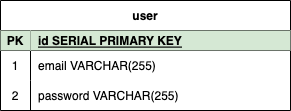
zbrose/side-side keeps this draw.io diagram as Untitled Diagram.drawio.png. Above is the earlier version. Source tidied: cells renumbered, new cells last; positions are measured from the earlier drawing's top-left corner, leaving out a move shared by most shapes. The source it was exported from:
```xml
<mxGraphModel>
  <root>
    <mxCell id="0" />
    <mxCell id="1" parent="0" />
    <mxCell id="2" value="user" style="shape=table;startSize=30;rowLines=0;fontStyle=1;align=center;" parent="1" vertex="1">
      <mxGeometry width="290" height="110" as="geometry" />
    </mxCell>
    <mxCell id="3" style="shape=tableRow;horizontal=0;startSize=0;swimlaneHead=0;swimlaneBody=0;fillColor=none;points=[[0,0.5],[1,0.5]];portConstraint=eastwest;top=0;left=0;right=0;bottom=1;" parent="2" vertex="1">
      <mxGeometry y="30" width="290" height="20" as="geometry" />
    </mxCell>
    <mxCell id="4" value="PK" style="shape=partialRectangle;fillColor=#d5e8d4;top=0;left=0;bottom=0;right=0;fontStyle=1;overflow=hidden;strokeColor=#82b366;" parent="3" vertex="1">
      <mxGeometry width="30" height="20" as="geometry" />
    </mxCell>
    <mxCell id="5" value="id SERIAL PRIMARY KEY" style="shape=partialRectangle;fillColor=#d5e8d4;top=0;left=0;bottom=0;right=0;align=left;spacingLeft=6;fontStyle=5;overflow=hidden;strokeColor=#82b366;" parent="3" vertex="1">
      <mxGeometry x="30" width="260" height="20" as="geometry" />
    </mxCell>
    <mxCell id="6" style="shape=tableRow;horizontal=0;startSize=0;swimlaneHead=0;swimlaneBody=0;fillColor=none;top=0;left=0;right=0;bottom=0;" parent="2" vertex="1">
      <mxGeometry y="50" width="290" height="30" as="geometry" />
    </mxCell>
    <mxCell id="7" value="1" style="shape=partialRectangle;fillColor=none;top=0;left=0;bottom=0;right=0;overflow=hidden;" parent="6" vertex="1">
      <mxGeometry width="30" height="30" as="geometry" />
    </mxCell>
    <mxCell id="8" value="email VARCHAR(255)" style="shape=partialRectangle;fillColor=none;top=0;left=0;bottom=0;right=0;align=left;spacingLeft=6;overflow=hidden;" parent="6" vertex="1">
      <mxGeometry x="30" width="260" height="30" as="geometry" />
    </mxCell>
    <mxCell id="9" style="shape=tableRow;horizontal=0;startSize=0;swimlaneHead=0;swimlaneBody=0;fillColor=none;top=0;left=0;right=0;bottom=0;" parent="2" vertex="1">
      <mxGeometry y="80" width="290" height="30" as="geometry" />
    </mxCell>
    <mxCell id="10" value="2" style="shape=partialRectangle;fillColor=none;top=0;left=0;bottom=0;right=0;overflow=hidden;" parent="9" vertex="1">
      <mxGeometry width="30" height="30" as="geometry" />
    </mxCell>
    <mxCell id="11" value="password VARCHAR(255)" style="shape=partialRectangle;fillColor=none;top=0;left=0;bottom=0;right=0;align=left;spacingLeft=6;overflow=hidden;" parent="9" vertex="1">
      <mxGeometry x="30" width="260" height="30" as="geometry" />
    </mxCell>
  </root>
</mxGraphModel>
```
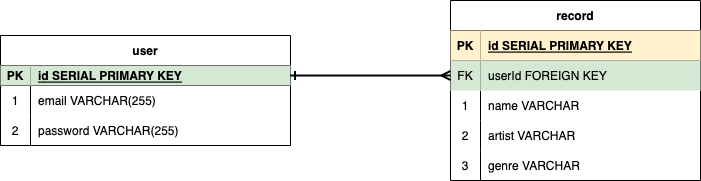
Later version of the same file.

The edit, as a diff of the source:
```diff
@@ -32,5 +32,56 @@
     <mxCell id="11" value="password VARCHAR(255)" style="shape=partialRectangle;fillColor=none;top=0;left=0;bottom=0;right=0;align=left;spacingLeft=6;overflow=hidden;" parent="9" vertex="1">
       <mxGeometry x="30" width="260" height="30" as="geometry" />
     </mxCell>
+    <mxCell id="12" value="record" style="shape=table;startSize=30;rowLines=0;fontStyle=1;align=center;" parent="1" vertex="1">
+      <mxGeometry x="450" y="-35" width="250" height="180" as="geometry" />
+    </mxCell>
+    <mxCell id="13" style="shape=tableRow;horizontal=0;startSize=0;swimlaneHead=0;swimlaneBody=0;fillColor=none;top=0;left=0;right=0;bottom=1;" parent="12" vertex="1">
+      <mxGeometry y="30" width="250" height="30" as="geometry" />
+    </mxCell>
+    <mxCell id="14" value="PK" style="shape=partialRectangle;fillColor=#fff2cc;top=0;left=0;bottom=0;right=0;fontStyle=1;overflow=hidden;strokeColor=#d6b656;" parent="13" vertex="1">
+      <mxGeometry width="30" height="30" as="geometry" />
+    </mxCell>
+    <mxCell id="15" value="id SERIAL PRIMARY KEY" style="shape=partialRectangle;fillColor=#fff2cc;top=0;left=0;bottom=0;right=0;align=left;spacingLeft=6;fontStyle=5;overflow=hidden;strokeColor=#d6b656;" parent="13" vertex="1">
+      <mxGeometry x="30" width="220" height="30" as="geometry" />
+    </mxCell>
+    <mxCell id="16" style="shape=tableRow;horizontal=0;startSize=0;swimlaneHead=0;swimlaneBody=0;fillColor=none;points=[[0,0.5],[1,0.5]];portConstraint=eastwest;top=0;left=0;right=0;bottom=0;" parent="12" vertex="1">
+      <mxGeometry y="60" width="250" height="30" as="geometry" />
+    </mxCell>
+    <mxCell id="17" value="FK" style="shape=partialRectangle;fillColor=#d5e8d4;top=0;left=0;bottom=0;right=0;fontStyle=0;overflow=hidden;strokeColor=#82b366;" parent="16" vertex="1">
+      <mxGeometry width="30" height="30" as="geometry" />
+    </mxCell>
+    <mxCell id="18" value="userId FOREIGN KEY" style="shape=partialRectangle;fillColor=#d5e8d4;top=0;left=0;bottom=0;right=0;align=left;spacingLeft=6;fontStyle=0;overflow=hidden;strokeColor=#82b366;" parent="16" vertex="1">
+      <mxGeometry x="30" width="220" height="30" as="geometry" />
+    </mxCell>
+    <mxCell id="19" style="shape=tableRow;horizontal=0;startSize=0;swimlaneHead=0;swimlaneBody=0;fillColor=none;top=0;left=0;right=0;bottom=0;" parent="12" vertex="1">
+      <mxGeometry y="90" width="250" height="30" as="geometry" />
+    </mxCell>
+    <mxCell id="20" value="1" style="shape=partialRectangle;fillColor=none;top=0;left=0;bottom=0;right=0;overflow=hidden;" parent="19" vertex="1">
+      <mxGeometry width="30" height="30" as="geometry" />
+    </mxCell>
+    <mxCell id="21" value="name VARCHAR" style="shape=partialRectangle;fillColor=none;top=0;left=0;bottom=0;right=0;align=left;spacingLeft=6;overflow=hidden;" parent="19" vertex="1">
+      <mxGeometry x="30" width="220" height="30" as="geometry" />
+    </mxCell>
+    <mxCell id="22" style="shape=tableRow;horizontal=0;startSize=0;swimlaneHead=0;swimlaneBody=0;fillColor=none;top=0;left=0;right=0;bottom=0;" parent="12" vertex="1">
+      <mxGeometry y="120" width="250" height="30" as="geometry" />
+    </mxCell>
+    <mxCell id="23" value="2" style="shape=partialRectangle;fillColor=none;top=0;left=0;bottom=0;right=0;overflow=hidden;" parent="22" vertex="1">
+      <mxGeometry width="30" height="30" as="geometry" />
+    </mxCell>
+    <mxCell id="24" value="artist VARCHAR" style="shape=partialRectangle;fillColor=none;top=0;left=0;bottom=0;right=0;align=left;spacingLeft=6;overflow=hidden;" parent="22" vertex="1">
+      <mxGeometry x="30" width="220" height="30" as="geometry" />
+    </mxCell>
+    <mxCell id="25" style="shape=tableRow;horizontal=0;startSize=0;swimlaneHead=0;swimlaneBody=0;fillColor=none;top=0;left=0;right=0;bottom=0;" parent="12" vertex="1">
+      <mxGeometry y="150" width="250" height="30" as="geometry" />
+    </mxCell>
+    <mxCell id="26" value="3" style="shape=partialRectangle;fillColor=none;top=0;left=0;bottom=0;right=0;overflow=hidden;" parent="25" vertex="1">
+      <mxGeometry width="30" height="30" as="geometry" />
+    </mxCell>
+    <mxCell id="27" value="genre VARCHAR" style="shape=partialRectangle;fillColor=none;top=0;left=0;bottom=0;right=0;align=left;spacingLeft=6;overflow=hidden;" parent="25" vertex="1">
+      <mxGeometry x="30" width="220" height="30" as="geometry" />
+    </mxCell>
+    <mxCell id="28" style="edgeStyle=orthogonalEdgeStyle;rounded=0;jettySize=auto;html=1;endArrow=ERmany;endFill=0;startArrow=ERone;startFill=0;strokeWidth=2;" parent="1" edge="1" source="3" target="16">
+      <mxGeometry relative="1" as="geometry" />
+    </mxCell>
   </root>
 </mxGraphModel>
```
